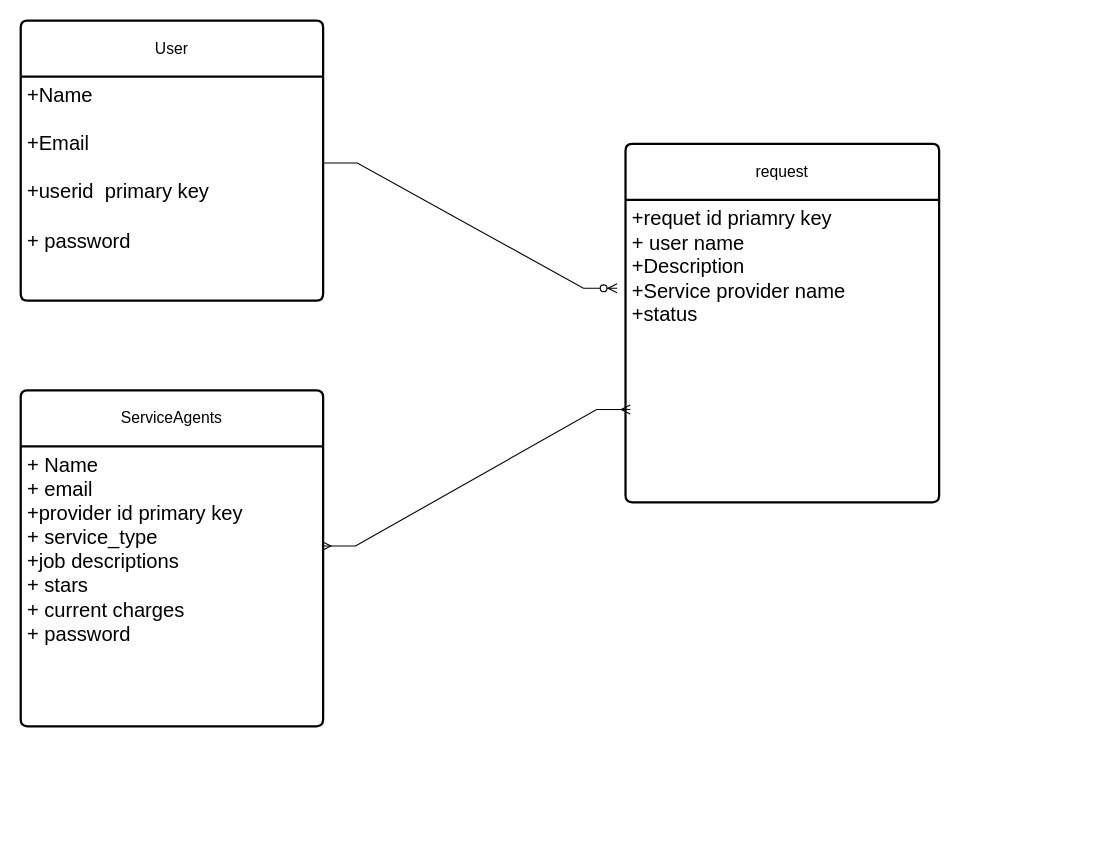
sph4919/Simplyhire keeps this draw.io diagram as imgs/erd.drawio. Above is the earlier version. Source tidied: cells renumbered, new cells numbered last; positions are measured from the earlier drawing's top-left corner, leaving out a move shared by most shapes. Both pictures are drawn from the tidied source at 112%, with x=0, y=0 at pixel (20, 20).
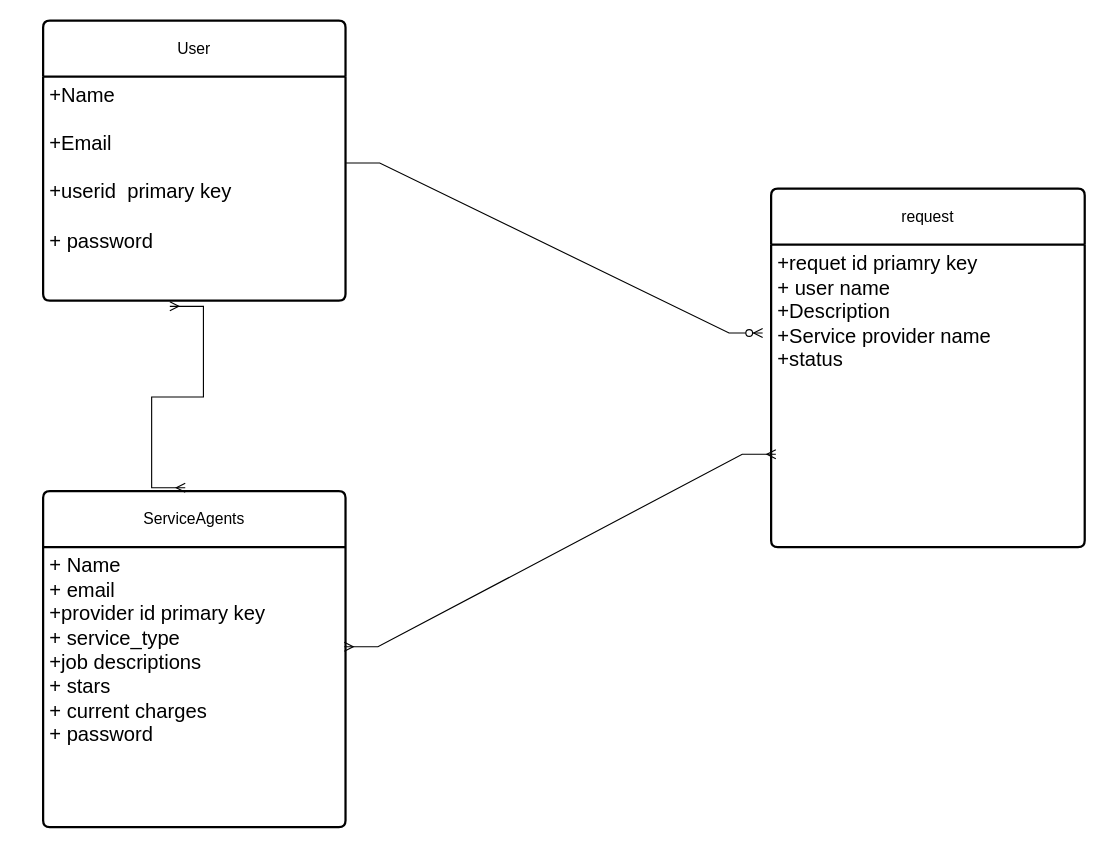
The same diagram, later.

Commit message (it also covers changes not shown here):
conforming erd

The edit, as a diff of the source:
```diff
@@
 <mxGraphModel>
   <root>
     <mxCell id="0" />
     <mxCell id="1" parent="0" />
     <mxCell id="2" value="User" style="swimlane;horizontal=1;startSize=50;rounded=1;fontSize=14;fontStyle=0;strokeWidth=2;shadow=0;dashed=0;align=center;arcSize=4;whiteSpace=wrap;html=1;rotation=0;" parent="1" vertex="1">
-      <mxGeometry width="270" height="250" as="geometry" />
+      <mxGeometry x="20" width="270" height="250" as="geometry" />
     </mxCell>
     <mxCell id="3" value="&lt;font style=&quot;font-size: 18px;&quot;&gt;+Name&lt;br&gt;&lt;br&gt;+Email&lt;/font&gt;&lt;div&gt;&lt;span style=&quot;font-size: 18px;&quot;&gt;&lt;br&gt;&lt;/span&gt;&lt;/div&gt;&lt;div&gt;&lt;span style=&quot;font-size: 18px;&quot;&gt;+userid&amp;nbsp; primary key&lt;/span&gt;&lt;/div&gt;&lt;div&gt;&lt;span style=&quot;font-size: 18px;&quot;&gt;&lt;br&gt;&lt;/span&gt;&lt;/div&gt;&lt;div&gt;&lt;span style=&quot;font-size: 18px;&quot;&gt;+ password&lt;br&gt;&lt;/span&gt;&lt;div&gt;&lt;br&gt;&lt;/div&gt;&lt;/div&gt;" style="align=left;strokeColor=none;fillColor=none;spacingLeft=4;fontSize=12;verticalAlign=top;html=1;rotation=0;" parent="2" vertex="1">
       <mxGeometry y="50" width="270" height="200" as="geometry" />
     </mxCell>
     <mxCell id="4" value="ServiceAgents" style="swimlane;horizontal=1;startSize=50;rounded=1;fontSize=14;fontStyle=0;strokeWidth=2;shadow=0;dashed=0;align=center;arcSize=4;whiteSpace=wrap;html=1;" parent="1" vertex="1">
-      <mxGeometry y="330" width="270" height="300" as="geometry" />
+      <mxGeometry x="20" y="420" width="270" height="300" as="geometry" />
     </mxCell>
     <mxCell id="5" value="&lt;span style=&quot;font-size: 18px;&quot;&gt;+ Name&amp;nbsp;&lt;/span&gt;&lt;div&gt;&lt;span style=&quot;font-size: 18px;&quot;&gt;+ email&amp;nbsp;&lt;/span&gt;&lt;/div&gt;&lt;div&gt;&lt;span style=&quot;font-size: 18px;&quot;&gt;+provider id primary key&lt;/span&gt;&lt;/div&gt;&lt;div&gt;&lt;span style=&quot;font-size: 18px;&quot;&gt;+ service_type&amp;nbsp;&lt;/span&gt;&lt;/div&gt;&lt;div&gt;&lt;span style=&quot;font-size: 18px;&quot;&gt;+job descriptions&lt;/span&gt;&lt;/div&gt;&lt;div&gt;&lt;span style=&quot;font-size: 18px;&quot;&gt;+ stars&amp;nbsp;&lt;/span&gt;&lt;/div&gt;&lt;div&gt;&lt;span style=&quot;font-size: 18px;&quot;&gt;+ current charges&amp;nbsp;&lt;/span&gt;&lt;/div&gt;&lt;div&gt;&lt;span style=&quot;font-size: 18px;&quot;&gt;+ password&lt;/span&gt;&lt;/div&gt;" style="align=left;strokeColor=none;fillColor=none;spacingLeft=4;fontSize=12;verticalAlign=top;html=1;" parent="4" vertex="1">
       <mxGeometry y="50" width="270" height="250" as="geometry" />
     </mxCell>
     <mxCell id="6" value="request" style="swimlane;horizontal=1;startSize=50;rounded=1;fontSize=14;fontStyle=0;strokeWidth=2;shadow=0;dashed=0;align=center;arcSize=4;whiteSpace=wrap;html=1;" parent="1" vertex="1">
-      <mxGeometry x="540" y="110" width="280" height="320" as="geometry" />
+      <mxGeometry x="670" y="150" width="280" height="320" as="geometry" />
     </mxCell>
     <mxCell id="7" value="&lt;font style=&quot;font-size: 18px;&quot;&gt;+requet id priamry key&amp;nbsp;&lt;/font&gt;&lt;div&gt;&lt;font style=&quot;font-size: 18px;&quot;&gt;+ user name&amp;nbsp;&lt;/font&gt;&lt;/div&gt;&lt;div&gt;&lt;font style=&quot;font-size: 18px;&quot;&gt;+Description&amp;nbsp;&lt;/font&gt;&lt;/div&gt;&lt;div&gt;&lt;font style=&quot;font-size: 18px;&quot;&gt;+Service provider name&lt;br&gt;+status&lt;br&gt;&lt;br&gt;&lt;/font&gt;&lt;/div&gt;" style="align=left;strokeColor=none;fillColor=none;spacingLeft=4;fontSize=12;verticalAlign=top;html=1;" parent="6" vertex="1">
       <mxGeometry y="50" width="280" height="270" as="geometry" />
     </mxCell>
     <mxCell id="8" style="edgeStyle=entityRelationEdgeStyle;fontSize=12;html=1;endArrow=ERzeroToMany;endFill=1;rounded=0;exitX=1.002;exitY=0.385;exitDx=0;exitDy=0;exitPerimeter=0;entryX=-0.027;entryY=0.292;entryDx=0;entryDy=0;entryPerimeter=0;" parent="1" edge="1" source="3" target="7">
       <mxGeometry relative="1" as="geometry">
         <Array as="points">
           <mxPoint x="533" y="160" />
           <mxPoint x="380" y="120" />
           <mxPoint x="370" y="130" />
         </Array>
       </mxGeometry>
     </mxCell>
     <mxCell id="9" style="edgeStyle=entityRelationEdgeStyle;fontSize=12;html=1;endArrow=ERmany;startArrow=ERmany;rounded=0;exitX=0.996;exitY=0.356;exitDx=0;exitDy=0;exitPerimeter=0;entryX=0.015;entryY=0.693;entryDx=0;entryDy=0;entryPerimeter=0;" parent="1" edge="1" source="5" target="7">
       <mxGeometry relative="1" as="geometry">
         <Array as="points">
           <mxPoint x="520" y="420" />
           <mxPoint x="530" y="510" />
           <mxPoint x="510" y="410" />
           <mxPoint x="730" y="350" />
           <mxPoint x="510" y="420" />
         </Array>
       </mxGeometry>
     </mxCell>
+    <mxCell id="10" style="edgeStyle=entityRelationEdgeStyle;fontSize=12;html=1;endArrow=ERmany;startArrow=ERmany;rounded=0;exitX=0.419;exitY=1.025;exitDx=0;exitDy=0;exitPerimeter=0;entryX=0.47;entryY=-0.01;entryDx=0;entryDy=0;entryPerimeter=0;" parent="1" edge="1" source="3" target="4">
+      <mxGeometry relative="1" as="geometry" />
+    </mxCell>
   </root>
 </mxGraphModel>
```
